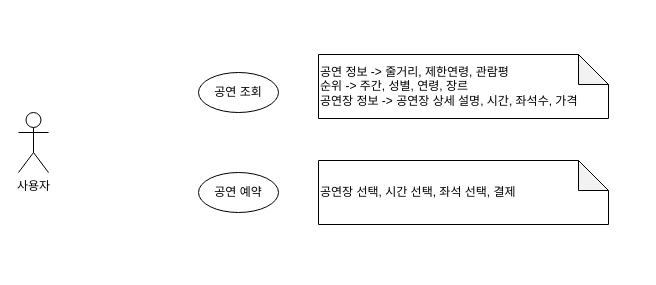
The draw.io diagram page "ST1" (2 of 3) of requirements.drawio in hunjuly/rehearsal, before the edit. Source tidied: cells renumbered, new cells numbered last; positions are measured from the earlier drawing's top-left corner, leaving out a move shared by most shapes. Both pictures are drawn from the tidied source at 100%, with x=0, y=0 at pixel (18, 54).
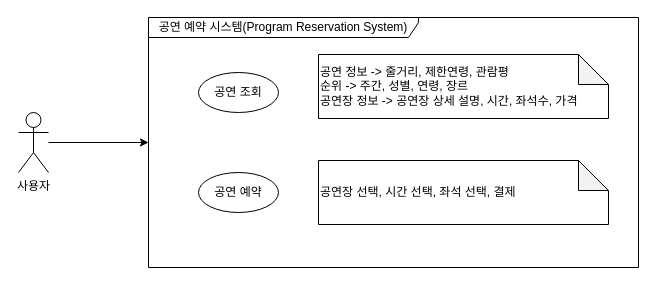
Above is the later version.

The edit, as a diff of the source:
```diff
@@
 <mxGraphModel>
   <root>
     <mxCell id="0" />
     <mxCell id="1" parent="0" />
+    <mxCell id="7" value="공연 예약 시스템(Program Reservation System)" style="shape=umlFrame;whiteSpace=wrap;html=1;width=270;height=20;" parent="1" vertex="1">
+      <mxGeometry x="130" y="-37" width="490" height="250" as="geometry" />
+    </mxCell>
+    <mxCell id="8" style="edgeStyle=orthogonalEdgeStyle;rounded=0;jettySize=auto;html=1;" parent="1" edge="1" source="2" target="7">
+      <mxGeometry relative="1" as="geometry" />
+    </mxCell>
     <mxCell id="2" value="사용자" style="shape=umlActor;verticalLabelPosition=bottom;verticalAlign=top;html=1;outlineConnect=0;" parent="1" vertex="1">
       <mxGeometry y="58" width="30" height="60" as="geometry" />
     </mxCell>
     <mxCell id="3" value="공연 조회" style="ellipse;whiteSpace=wrap;html=1;" parent="1" vertex="1">
       <mxGeometry x="180" y="18" width="80" height="40" as="geometry" />
     </mxCell>
     <mxCell id="4" value="공연 예약" style="ellipse;whiteSpace=wrap;html=1;" parent="1" vertex="1">
       <mxGeometry x="180" y="118" width="80" height="40" as="geometry" />
     </mxCell>
     <mxCell id="5" value="공연 정보 -&amp;gt; 줄거리, 제한연령, 관람평&lt;br&gt;순위 -&amp;gt; 주간, 성별, 연령, 장르&lt;br&gt;공연장 정보 -&amp;gt; 공연장 상세 설명, 시간, 좌석수, 가격" style="shape=note;whiteSpace=wrap;html=1;backgroundOutline=1;darkOpacity=0.05;align=left;" parent="1" vertex="1">
       <mxGeometry x="300" width="290" height="64" as="geometry" />
     </mxCell>
     <mxCell id="6" value="공연장 선택, 시간 선택, 좌석 선택, 결제" style="shape=note;whiteSpace=wrap;html=1;backgroundOutline=1;darkOpacity=0.05;align=left;" parent="1" vertex="1">
       <mxGeometry x="300" y="106" width="290" height="64" as="geometry" />
     </mxCell>
   </root>
 </mxGraphModel>
```
